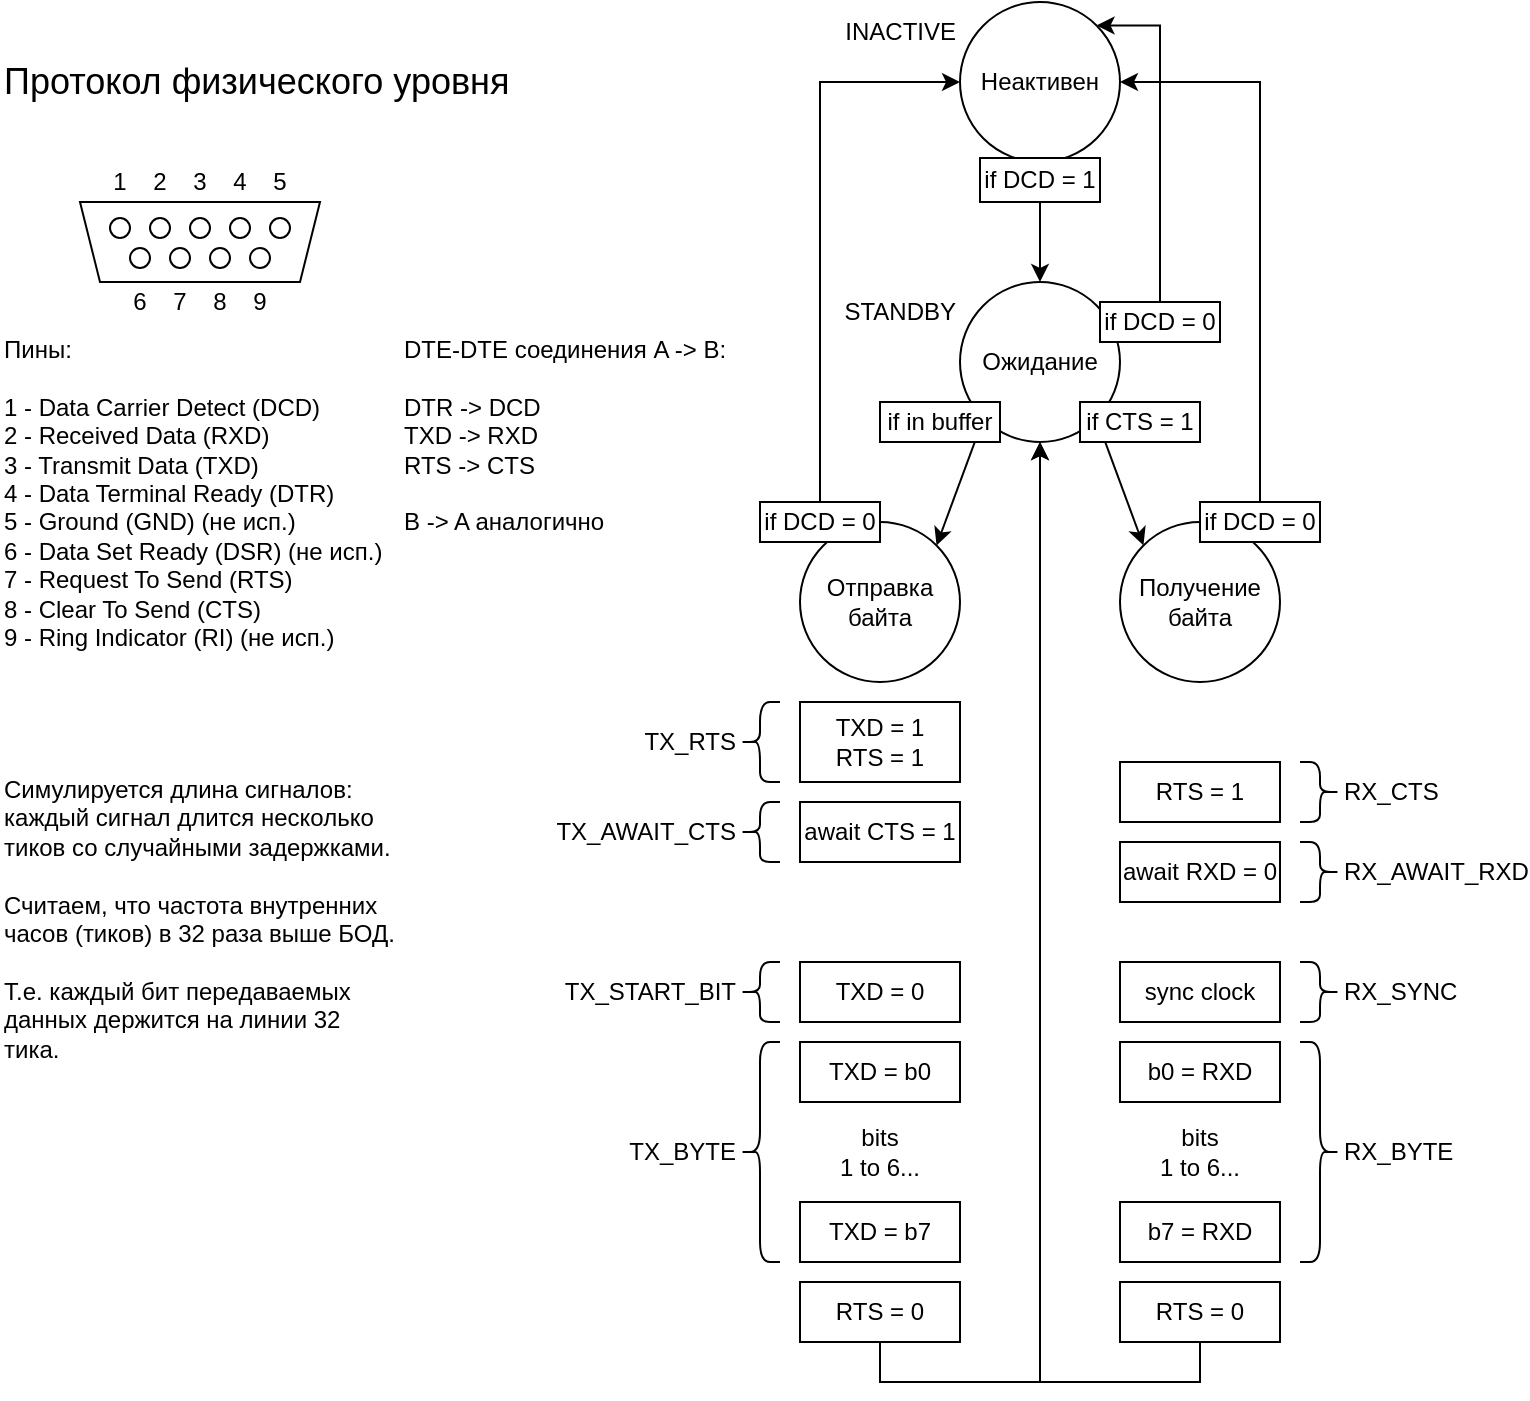
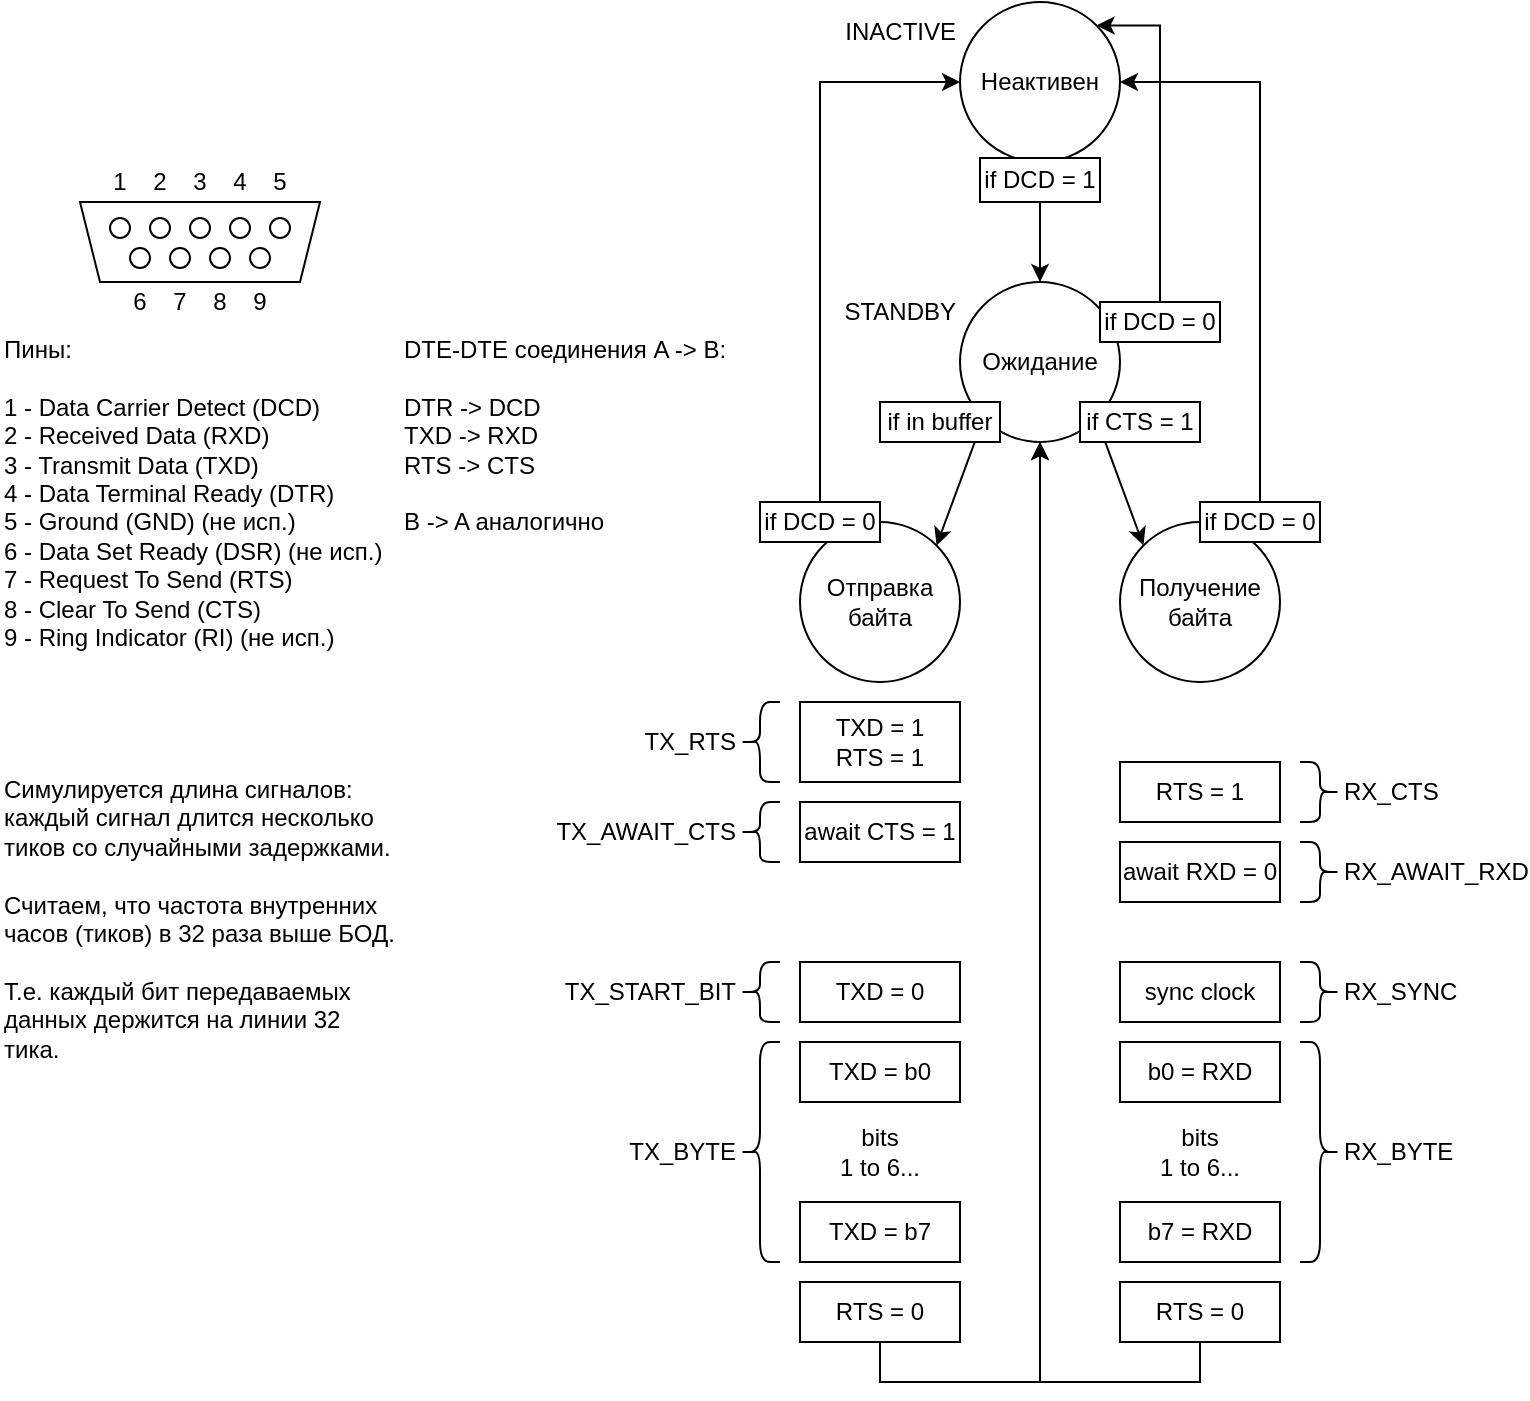
- <mxfile host="Electron" agent="Mozilla/5.0 (X11; Linux x86_64) AppleWebKit/537.36 (KHTML, like Gecko) draw.io/29.6.1 Chrome/142.0.7444.265 Electron/39.5.2 Safari/537.36" version="29.6.1">
+ <mxfile host="Electron" agent="Mozilla/5.0 (X11; Linux x86_64) AppleWebKit/537.36 (KHTML, like Gecko) draw.io/29.6.1 Chrome/142.0.7444.265 Electron/39.8.10 Safari/537.36" version="29.6.1">
  <diagram name="Page-1" id="fCOnHW6yoNC_OKubPwKJ">
-     <mxGraphModel dx="530" dy="924" grid="1" gridSize="10" guides="1" tooltips="1" connect="1" arrows="1" fold="1" page="1" pageScale="1" pageWidth="850" pageHeight="1100" math="0" shadow="0">
+     <mxGraphModel dx="1554" dy="924" grid="1" gridSize="10" guides="1" tooltips="1" connect="1" arrows="1" fold="1" page="1" pageScale="1" pageWidth="850" pageHeight="1100" math="0" shadow="0">
      <root>
        <mxCell id="0" />
        <mxCell id="1" parent="0" />
        <mxCell id="yjpsvXvvrqSAKndxfRyx-1" parent="1" style="ellipse;whiteSpace=wrap;html=1;" value="Неактивен" vertex="1">
          <mxGeometry height="80" width="80" x="520" y="20" as="geometry" />
        </mxCell>
        <mxCell id="yjpsvXvvrqSAKndxfRyx-2" parent="1" style="ellipse;whiteSpace=wrap;html=1;" value="Ожидание" vertex="1">
          <mxGeometry height="80" width="80" x="520" y="160" as="geometry" />
        </mxCell>
        <mxCell id="yjpsvXvvrqSAKndxfRyx-3" edge="1" parent="1" source="yjpsvXvvrqSAKndxfRyx-47" style="endArrow=classic;html=1;rounded=0;entryX=0.5;entryY=0;entryDx=0;entryDy=0;exitX=0.5;exitY=1;exitDx=0;exitDy=0;" target="yjpsvXvvrqSAKndxfRyx-2" value="">
          <mxGeometry height="50" relative="1" width="50" as="geometry">
            <mxPoint x="580" y="150" as="sourcePoint" />
            <mxPoint x="600" y="80" as="targetPoint" />
          </mxGeometry>
        </mxCell>
        <mxCell id="yjpsvXvvrqSAKndxfRyx-4" parent="1" style="ellipse;whiteSpace=wrap;html=1;" value="Отправка байта" vertex="1">
          <mxGeometry height="80" width="80" x="440" y="280" as="geometry" />
        </mxCell>
        <mxCell id="yjpsvXvvrqSAKndxfRyx-5" parent="1" style="ellipse;whiteSpace=wrap;html=1;" value="Получение байта" vertex="1">
          <mxGeometry height="80" width="80" x="600" y="280" as="geometry" />
        </mxCell>
        <mxCell id="yjpsvXvvrqSAKndxfRyx-6" parent="1" style="shape=trapezoid;perimeter=trapezoidPerimeter;whiteSpace=wrap;html=1;fixedSize=1;size=10;flipV=1;legacyAnchorPoints=0;" value="" vertex="1">
          <mxGeometry height="40" width="120" x="80" y="120" as="geometry" />
        </mxCell>
        <mxCell id="yjpsvXvvrqSAKndxfRyx-7" parent="1" style="ellipse;whiteSpace=wrap;html=1;aspect=fixed;" value="" vertex="1">
          <mxGeometry height="10" width="10" x="95" y="128" as="geometry" />
        </mxCell>
        <mxCell id="yjpsvXvvrqSAKndxfRyx-8" parent="1" style="ellipse;whiteSpace=wrap;html=1;aspect=fixed;" value="" vertex="1">
          <mxGeometry height="10" width="10" x="115" y="128" as="geometry" />
        </mxCell>
        <mxCell id="yjpsvXvvrqSAKndxfRyx-9" parent="1" style="ellipse;whiteSpace=wrap;html=1;aspect=fixed;" value="" vertex="1">
          <mxGeometry height="10" width="10" x="135" y="128" as="geometry" />
        </mxCell>
        <mxCell id="yjpsvXvvrqSAKndxfRyx-10" parent="1" style="ellipse;whiteSpace=wrap;html=1;aspect=fixed;" value="" vertex="1">
          <mxGeometry height="10" width="10" x="155" y="128" as="geometry" />
        </mxCell>
        <mxCell id="yjpsvXvvrqSAKndxfRyx-11" parent="1" style="ellipse;whiteSpace=wrap;html=1;aspect=fixed;" value="" vertex="1">
          <mxGeometry height="10" width="10" x="175" y="128" as="geometry" />
        </mxCell>
        <mxCell id="yjpsvXvvrqSAKndxfRyx-12" parent="1" style="ellipse;whiteSpace=wrap;html=1;aspect=fixed;" value="" vertex="1">
          <mxGeometry height="10" width="10" x="105" y="143" as="geometry" />
        </mxCell>
        <mxCell id="yjpsvXvvrqSAKndxfRyx-13" parent="1" style="ellipse;whiteSpace=wrap;html=1;aspect=fixed;" value="" vertex="1">
          <mxGeometry height="10" width="10" x="125" y="143" as="geometry" />
        </mxCell>
        <mxCell id="yjpsvXvvrqSAKndxfRyx-14" parent="1" style="ellipse;whiteSpace=wrap;html=1;aspect=fixed;" value="" vertex="1">
          <mxGeometry height="10" width="10" x="145" y="143" as="geometry" />
        </mxCell>
        <mxCell id="yjpsvXvvrqSAKndxfRyx-15" parent="1" style="ellipse;whiteSpace=wrap;html=1;aspect=fixed;" value="" vertex="1">
          <mxGeometry height="10" width="10" x="165" y="143" as="geometry" />
        </mxCell>
        <mxCell id="yjpsvXvvrqSAKndxfRyx-16" parent="1" style="text;html=1;whiteSpace=wrap;strokeColor=none;fillColor=none;align=center;verticalAlign=middle;rounded=0;" value="1&amp;nbsp; &amp;nbsp; 2&amp;nbsp; &amp;nbsp; 3&amp;nbsp; &amp;nbsp; 4&amp;nbsp; &amp;nbsp; 5" vertex="1">
          <mxGeometry height="20" width="120" x="80" y="100" as="geometry" />
        </mxCell>
        <mxCell id="yjpsvXvvrqSAKndxfRyx-18" parent="1" style="text;html=1;whiteSpace=wrap;strokeColor=none;fillColor=none;align=center;verticalAlign=middle;rounded=0;" value="6&amp;nbsp; &amp;nbsp; 7&amp;nbsp; &amp;nbsp; 8&amp;nbsp; &amp;nbsp; 9" vertex="1">
          <mxGeometry height="20" width="120" x="80" y="160" as="geometry" />
        </mxCell>
        <mxCell id="yjpsvXvvrqSAKndxfRyx-19" parent="1" style="text;html=1;whiteSpace=wrap;strokeColor=none;fillColor=none;align=left;verticalAlign=top;rounded=0;" value="Пины:&lt;div&gt;&lt;br&gt;&lt;div&gt;1 - Data Carrier Detect (DCD)&lt;div&gt;2 - Received Data (RXD)&lt;/div&gt;&lt;div&gt;3 - Transmit Data (TXD)&lt;/div&gt;&lt;div&gt;4 - Data Terminal Ready (DTR)&lt;/div&gt;&lt;div&gt;5 - Ground (GND) (не исп.)&lt;/div&gt;&lt;div&gt;6 - Data Set Ready (DSR) (не исп.)&lt;/div&gt;&lt;div&gt;7 - Request To Send (RTS)&lt;/div&gt;&lt;div&gt;8 - Clear To Send (CTS)&lt;/div&gt;&lt;div&gt;9 - Ring Indicator (RI) (не исп.)&lt;/div&gt;&lt;/div&gt;&lt;/div&gt;" vertex="1">
          <mxGeometry height="180" width="200" x="40" y="180" as="geometry" />
        </mxCell>
        <mxCell id="yjpsvXvvrqSAKndxfRyx-21" parent="1" style="text;html=1;whiteSpace=wrap;strokeColor=none;fillColor=none;align=left;verticalAlign=top;rounded=0;" value="DTE-DTE соединения A -&amp;gt; B:&lt;div&gt;&lt;br&gt;&lt;/div&gt;&lt;div&gt;DTR -&amp;gt; DCD&lt;/div&gt;&lt;div&gt;TXD -&amp;gt; RXD&lt;/div&gt;&lt;div&gt;RTS -&amp;gt; CTS&lt;br&gt;&lt;/div&gt;&lt;div&gt;&lt;br&gt;&lt;/div&gt;&lt;div&gt;B -&amp;gt; A аналогично&lt;/div&gt;" vertex="1">
          <mxGeometry height="180" width="180" x="240" y="180" as="geometry" />
        </mxCell>
        <mxCell id="yjpsvXvvrqSAKndxfRyx-25" parent="1" style="rounded=0;whiteSpace=wrap;html=1;" value="RTS = 1" vertex="1">
          <mxGeometry height="30" width="80" x="600" y="400" as="geometry" />
        </mxCell>
        <mxCell id="yjpsvXvvrqSAKndxfRyx-26" parent="1" style="rounded=0;whiteSpace=wrap;html=1;" value="await CTS = 1" vertex="1">
          <mxGeometry height="30" width="80" x="440" y="420" as="geometry" />
        </mxCell>
        <mxCell id="yjpsvXvvrqSAKndxfRyx-27" parent="1" style="rounded=0;whiteSpace=wrap;html=1;" value="TXD = 0" vertex="1">
          <mxGeometry height="30" width="80" x="440" y="500" as="geometry" />
        </mxCell>
        <mxCell id="yjpsvXvvrqSAKndxfRyx-28" parent="1" style="rounded=0;whiteSpace=wrap;html=1;" value="TXD = 1&lt;div&gt;RTS = 1&lt;/div&gt;" vertex="1">
          <mxGeometry height="40" width="80" x="440" y="370" as="geometry" />
        </mxCell>
        <mxCell id="yjpsvXvvrqSAKndxfRyx-29" parent="1" style="rounded=0;whiteSpace=wrap;html=1;" value="sync clock" vertex="1">
          <mxGeometry height="30" width="80" x="600" y="500" as="geometry" />
        </mxCell>
        <mxCell id="yjpsvXvvrqSAKndxfRyx-30" parent="1" style="rounded=0;whiteSpace=wrap;html=1;" value="TXD = b0" vertex="1">
          <mxGeometry height="30" width="80" x="440" y="540" as="geometry" />
        </mxCell>
        <mxCell id="yjpsvXvvrqSAKndxfRyx-31" parent="1" style="rounded=0;whiteSpace=wrap;html=1;" value="b0 = RXD" vertex="1">
          <mxGeometry height="30" width="80" x="600" y="540" as="geometry" />
        </mxCell>
        <mxCell id="yjpsvXvvrqSAKndxfRyx-32" parent="1" style="text;html=1;whiteSpace=wrap;strokeColor=none;fillColor=none;align=center;verticalAlign=middle;rounded=0;" value="bits&lt;div&gt;1 to 6...&lt;/div&gt;" vertex="1">
          <mxGeometry height="30" width="80" x="440" y="580" as="geometry" />
        </mxCell>
        <mxCell id="yjpsvXvvrqSAKndxfRyx-33" parent="1" style="rounded=0;whiteSpace=wrap;html=1;" value="TXD = b7" vertex="1">
          <mxGeometry height="30" width="80" x="440" y="620" as="geometry" />
        </mxCell>
        <mxCell id="yjpsvXvvrqSAKndxfRyx-34" parent="1" style="rounded=0;whiteSpace=wrap;html=1;" value="b7 = RXD" vertex="1">
          <mxGeometry height="30" width="80" x="600" y="620" as="geometry" />
        </mxCell>
        <mxCell id="yjpsvXvvrqSAKndxfRyx-38" parent="1" style="rounded=0;whiteSpace=wrap;html=1;" value="RTS = 0" vertex="1">
          <mxGeometry height="30" width="80" x="600" y="660" as="geometry" />
        </mxCell>
        <mxCell id="yjpsvXvvrqSAKndxfRyx-39" parent="1" style="rounded=0;whiteSpace=wrap;html=1;" value="await RXD = 0" vertex="1">
          <mxGeometry height="30" width="80" x="600" y="440" as="geometry" />
        </mxCell>
        <mxCell id="yjpsvXvvrqSAKndxfRyx-40" parent="1" style="text;html=1;whiteSpace=wrap;strokeColor=none;fillColor=none;align=left;verticalAlign=top;rounded=0;" value="Симулируется длина сигналов: каждый сигнал длится несколько тиков со случайными задержками.&lt;div&gt;&lt;br&gt;&lt;/div&gt;&lt;div&gt;Считаем, что частота внутренних часов (тиков) в 32 раза выше БОД.&lt;/div&gt;&lt;div&gt;&lt;br&gt;&lt;/div&gt;&lt;div&gt;Т.е. каждый бит передаваемых данных держится на линии 32 тика.&lt;/div&gt;" vertex="1">
          <mxGeometry height="160" width="200" x="40" y="400" as="geometry" />
        </mxCell>
        <mxCell id="yjpsvXvvrqSAKndxfRyx-41" edge="1" parent="1" source="yjpsvXvvrqSAKndxfRyx-48" style="endArrow=classic;html=1;rounded=0;entryX=0;entryY=0.5;entryDx=0;entryDy=0;exitX=0.5;exitY=0;exitDx=0;exitDy=0;" target="yjpsvXvvrqSAKndxfRyx-1" value="">
          <mxGeometry height="50" relative="1" width="50" as="geometry">
            <Array as="points">
              <mxPoint x="450" y="60" />
            </Array>
            <mxPoint x="480" y="180" as="sourcePoint" />
            <mxPoint x="530" y="370" as="targetPoint" />
          </mxGeometry>
        </mxCell>
        <mxCell id="yjpsvXvvrqSAKndxfRyx-42" edge="1" parent="1" source="yjpsvXvvrqSAKndxfRyx-49" style="endArrow=classic;html=1;rounded=0;entryX=1;entryY=0.5;entryDx=0;entryDy=0;exitX=0.5;exitY=0;exitDx=0;exitDy=0;" target="yjpsvXvvrqSAKndxfRyx-1" value="">
          <mxGeometry height="50" relative="1" width="50" as="geometry">
            <Array as="points">
              <mxPoint x="670" y="60" />
            </Array>
            <mxPoint x="660" y="180" as="sourcePoint" />
            <mxPoint x="530" y="370" as="targetPoint" />
          </mxGeometry>
        </mxCell>
        <mxCell id="yjpsvXvvrqSAKndxfRyx-43" edge="1" parent="1" source="i_jaWG06lqy6UOsxlo05-26" style="endArrow=classic;html=1;rounded=0;entryX=0.5;entryY=1;entryDx=0;entryDy=0;exitX=0.5;exitY=1;exitDx=0;exitDy=0;" target="yjpsvXvvrqSAKndxfRyx-2" value="">
          <mxGeometry height="50" relative="1" width="50" as="geometry">
            <Array as="points">
              <mxPoint x="480" y="710" />
              <mxPoint x="560" y="710" />
            </Array>
            <mxPoint x="480" y="840" as="sourcePoint" />
            <mxPoint x="480" y="200" as="targetPoint" />
          </mxGeometry>
        </mxCell>
        <mxCell id="yjpsvXvvrqSAKndxfRyx-44" edge="1" parent="1" source="yjpsvXvvrqSAKndxfRyx-38" style="endArrow=classic;html=1;rounded=0;entryX=0.5;entryY=1;entryDx=0;entryDy=0;exitX=0.5;exitY=1;exitDx=0;exitDy=0;" target="yjpsvXvvrqSAKndxfRyx-2" value="">
          <mxGeometry height="50" relative="1" width="50" as="geometry">
            <Array as="points">
              <mxPoint x="640" y="710" />
              <mxPoint x="560" y="710" />
            </Array>
            <mxPoint x="660" y="730" as="sourcePoint" />
            <mxPoint x="640" y="200" as="targetPoint" />
          </mxGeometry>
        </mxCell>
        <mxCell id="yjpsvXvvrqSAKndxfRyx-45" edge="1" parent="1" source="yjpsvXvvrqSAKndxfRyx-2" style="endArrow=classic;html=1;rounded=0;exitX=0;exitY=1;exitDx=0;exitDy=0;entryX=1;entryY=0;entryDx=0;entryDy=0;" target="yjpsvXvvrqSAKndxfRyx-4" value="">
          <mxGeometry height="50" relative="1" width="50" as="geometry">
            <mxPoint x="531.7157287525445" y="268.2842712474554" as="sourcePoint" />
            <mxPoint x="680" y="430" as="targetPoint" />
          </mxGeometry>
        </mxCell>
        <mxCell id="yjpsvXvvrqSAKndxfRyx-46" edge="1" parent="1" source="yjpsvXvvrqSAKndxfRyx-2" style="endArrow=classic;html=1;rounded=0;entryX=0;entryY=0;entryDx=0;entryDy=0;exitX=1;exitY=1;exitDx=0;exitDy=0;" target="yjpsvXvvrqSAKndxfRyx-5" value="">
          <mxGeometry height="50" relative="1" width="50" as="geometry">
            <mxPoint x="588.2842712474553" y="268.2842712474553" as="sourcePoint" />
            <mxPoint x="680" y="430" as="targetPoint" />
          </mxGeometry>
        </mxCell>
        <mxCell id="yjpsvXvvrqSAKndxfRyx-47" parent="1" style="rounded=0;whiteSpace=wrap;html=1;" value="if DCD = 1" vertex="1">
          <mxGeometry height="22" width="60" x="530" y="98" as="geometry" />
        </mxCell>
        <mxCell id="yjpsvXvvrqSAKndxfRyx-48" parent="1" style="rounded=0;whiteSpace=wrap;html=1;" value="if DCD = 0" vertex="1">
          <mxGeometry height="20" width="60" x="420" y="270" as="geometry" />
        </mxCell>
        <mxCell id="yjpsvXvvrqSAKndxfRyx-49" parent="1" style="rounded=0;whiteSpace=wrap;html=1;" value="if DCD = 0" vertex="1">
          <mxGeometry height="20" width="60" x="640" y="270" as="geometry" />
        </mxCell>
        <mxCell id="yjpsvXvvrqSAKndxfRyx-51" edge="1" parent="1" source="yjpsvXvvrqSAKndxfRyx-50" style="edgeStyle=orthogonalEdgeStyle;rounded=0;orthogonalLoop=1;jettySize=auto;html=1;entryX=1;entryY=0;entryDx=0;entryDy=0;exitX=0.5;exitY=0;exitDx=0;exitDy=0;" target="yjpsvXvvrqSAKndxfRyx-1">
          <mxGeometry relative="1" as="geometry">
            <Array as="points">
              <mxPoint x="620" y="32" />
            </Array>
            <mxPoint x="620" y="140" as="sourcePoint" />
          </mxGeometry>
        </mxCell>
        <mxCell id="yjpsvXvvrqSAKndxfRyx-50" parent="1" style="rounded=0;whiteSpace=wrap;html=1;" value="if DCD = 0" vertex="1">
          <mxGeometry height="20" width="60" x="590" y="170" as="geometry" />
        </mxCell>
-         <mxCell id="wJ9Q14r-Q-m4z4TwkaKd-1" parent="1" style="text;html=1;whiteSpace=wrap;strokeColor=none;fillColor=none;align=left;verticalAlign=middle;rounded=0;fontSize=18;" value="Протокол физического уровня" vertex="1">
-           <mxGeometry height="40" width="280" x="40" y="40" as="geometry" />
-         </mxCell>
        <mxCell id="i_jaWG06lqy6UOsxlo05-1" parent="1" style="shape=curlyBracket;whiteSpace=wrap;html=1;rounded=1;labelPosition=left;verticalLabelPosition=middle;align=right;verticalAlign=middle;" value="" vertex="1">
          <mxGeometry height="40" width="20" x="410" y="370" as="geometry" />
        </mxCell>
        <mxCell id="i_jaWG06lqy6UOsxlo05-2" parent="1" style="text;html=1;whiteSpace=wrap;strokeColor=none;fillColor=none;align=right;verticalAlign=middle;rounded=0;" value="TX_RTS" vertex="1">
          <mxGeometry height="30" width="90" x="320" y="375" as="geometry" />
        </mxCell>
        <mxCell id="i_jaWG06lqy6UOsxlo05-3" parent="1" style="shape=curlyBracket;whiteSpace=wrap;html=1;rounded=1;labelPosition=left;verticalLabelPosition=middle;align=right;verticalAlign=middle;" value="" vertex="1">
          <mxGeometry height="30" width="20" x="410" y="500" as="geometry" />
        </mxCell>
        <mxCell id="i_jaWG06lqy6UOsxlo05-4" parent="1" style="text;html=1;whiteSpace=wrap;strokeColor=none;fillColor=none;align=right;verticalAlign=middle;rounded=0;" value="TX_START_BIT" vertex="1">
          <mxGeometry height="30" width="90" x="320" y="500" as="geometry" />
        </mxCell>
        <mxCell id="i_jaWG06lqy6UOsxlo05-5" parent="1" style="shape=curlyBracket;whiteSpace=wrap;html=1;rounded=1;labelPosition=left;verticalLabelPosition=middle;align=right;verticalAlign=middle;" value="" vertex="1">
          <mxGeometry height="30" width="20" x="410" y="420" as="geometry" />
        </mxCell>
        <mxCell id="i_jaWG06lqy6UOsxlo05-6" parent="1" style="text;html=1;whiteSpace=wrap;strokeColor=none;fillColor=none;align=right;verticalAlign=middle;rounded=0;" value="TX_AWAIT_CTS" vertex="1">
          <mxGeometry height="30" width="90" x="320" y="420" as="geometry" />
        </mxCell>
        <mxCell id="i_jaWG06lqy6UOsxlo05-7" parent="1" style="shape=curlyBracket;whiteSpace=wrap;html=1;rounded=1;labelPosition=left;verticalLabelPosition=middle;align=right;verticalAlign=middle;" value="" vertex="1">
          <mxGeometry height="110" width="20" x="410" y="540" as="geometry" />
        </mxCell>
        <mxCell id="i_jaWG06lqy6UOsxlo05-8" parent="1" style="text;html=1;whiteSpace=wrap;strokeColor=none;fillColor=none;align=right;verticalAlign=middle;rounded=0;" value="TX_BYTE" vertex="1">
          <mxGeometry height="30" width="90" x="320" y="580" as="geometry" />
        </mxCell>
        <mxCell id="i_jaWG06lqy6UOsxlo05-16" parent="1" style="shape=curlyBracket;whiteSpace=wrap;html=1;rounded=1;labelPosition=left;verticalLabelPosition=middle;align=right;verticalAlign=middle;flipH=1;legacyAnchorPoints=0;" value="" vertex="1">
          <mxGeometry height="30" width="20" x="690" y="400" as="geometry" />
        </mxCell>
        <mxCell id="i_jaWG06lqy6UOsxlo05-17" parent="1" style="text;html=1;whiteSpace=wrap;strokeColor=none;fillColor=none;align=left;verticalAlign=middle;rounded=0;" value="RX_CTS" vertex="1">
          <mxGeometry height="30" width="90" x="710" y="400" as="geometry" />
        </mxCell>
        <mxCell id="i_jaWG06lqy6UOsxlo05-18" parent="1" style="shape=curlyBracket;whiteSpace=wrap;html=1;rounded=1;labelPosition=left;verticalLabelPosition=middle;align=right;verticalAlign=middle;flipH=1;legacyAnchorPoints=0;" value="" vertex="1">
          <mxGeometry height="30" width="20" x="690" y="440" as="geometry" />
        </mxCell>
        <mxCell id="i_jaWG06lqy6UOsxlo05-19" parent="1" style="text;html=1;whiteSpace=wrap;strokeColor=none;fillColor=none;align=left;verticalAlign=middle;rounded=0;" value="RX_AWAIT_RXD" vertex="1">
          <mxGeometry height="30" width="90" x="710" y="440" as="geometry" />
        </mxCell>
        <mxCell id="i_jaWG06lqy6UOsxlo05-20" parent="1" style="shape=curlyBracket;whiteSpace=wrap;html=1;rounded=1;labelPosition=left;verticalLabelPosition=middle;align=right;verticalAlign=middle;flipH=1;legacyAnchorPoints=0;" value="" vertex="1">
          <mxGeometry height="30" width="20" x="690" y="500" as="geometry" />
        </mxCell>
        <mxCell id="i_jaWG06lqy6UOsxlo05-21" parent="1" style="text;html=1;whiteSpace=wrap;strokeColor=none;fillColor=none;align=left;verticalAlign=middle;rounded=0;" value="RX_SYNC" vertex="1">
          <mxGeometry height="30" width="90" x="710" y="500" as="geometry" />
        </mxCell>
        <mxCell id="i_jaWG06lqy6UOsxlo05-22" parent="1" style="shape=curlyBracket;whiteSpace=wrap;html=1;rounded=1;labelPosition=left;verticalLabelPosition=middle;align=right;verticalAlign=middle;flipH=1;legacyAnchorPoints=0;" value="" vertex="1">
          <mxGeometry height="110" width="20" x="690" y="540" as="geometry" />
        </mxCell>
        <mxCell id="i_jaWG06lqy6UOsxlo05-23" parent="1" style="text;html=1;whiteSpace=wrap;strokeColor=none;fillColor=none;align=left;verticalAlign=middle;rounded=0;" value="RX_BYTE" vertex="1">
          <mxGeometry height="30" width="90" x="710" y="580" as="geometry" />
        </mxCell>
        <mxCell id="i_jaWG06lqy6UOsxlo05-26" parent="1" style="rounded=0;whiteSpace=wrap;html=1;" value="&lt;span style=&quot;background-color: transparent; color: light-dark(rgb(0, 0, 0), rgb(255, 255, 255));&quot;&gt;RTS = 0&lt;/span&gt;" vertex="1">
          <mxGeometry height="30" width="80" x="440" y="660" as="geometry" />
        </mxCell>
        <mxCell id="i_jaWG06lqy6UOsxlo05-30" parent="1" style="text;html=1;whiteSpace=wrap;strokeColor=none;fillColor=none;align=right;verticalAlign=middle;rounded=0;" value="INACTIVE" vertex="1">
          <mxGeometry height="30" width="90" x="430" y="20" as="geometry" />
        </mxCell>
        <mxCell id="i_jaWG06lqy6UOsxlo05-31" parent="1" style="text;html=1;whiteSpace=wrap;strokeColor=none;fillColor=none;align=right;verticalAlign=middle;rounded=0;" value="STANDBY" vertex="1">
          <mxGeometry height="30" width="90" x="430" y="160" as="geometry" />
        </mxCell>
        <mxCell id="yjpsvXvvrqSAKndxfRyx-23" parent="1" style="rounded=0;whiteSpace=wrap;html=1;" value="if CTS = 1" vertex="1">
          <mxGeometry height="20" width="60" x="580" y="220" as="geometry" />
        </mxCell>
        <mxCell id="i_jaWG06lqy6UOsxlo05-32" parent="1" style="rounded=0;whiteSpace=wrap;html=1;" value="if in buffer" vertex="1">
          <mxGeometry height="20" width="60" x="480" y="220" as="geometry" />
        </mxCell>
        <mxCell id="i_jaWG06lqy6UOsxlo05-36" parent="1" style="text;html=1;whiteSpace=wrap;strokeColor=none;fillColor=none;align=center;verticalAlign=middle;rounded=0;" value="bits&lt;div&gt;1 to 6...&lt;/div&gt;" vertex="1">
          <mxGeometry height="30" width="80" x="600" y="580" as="geometry" />
        </mxCell>
      </root>
    </mxGraphModel>
  </diagram>
</mxfile>
